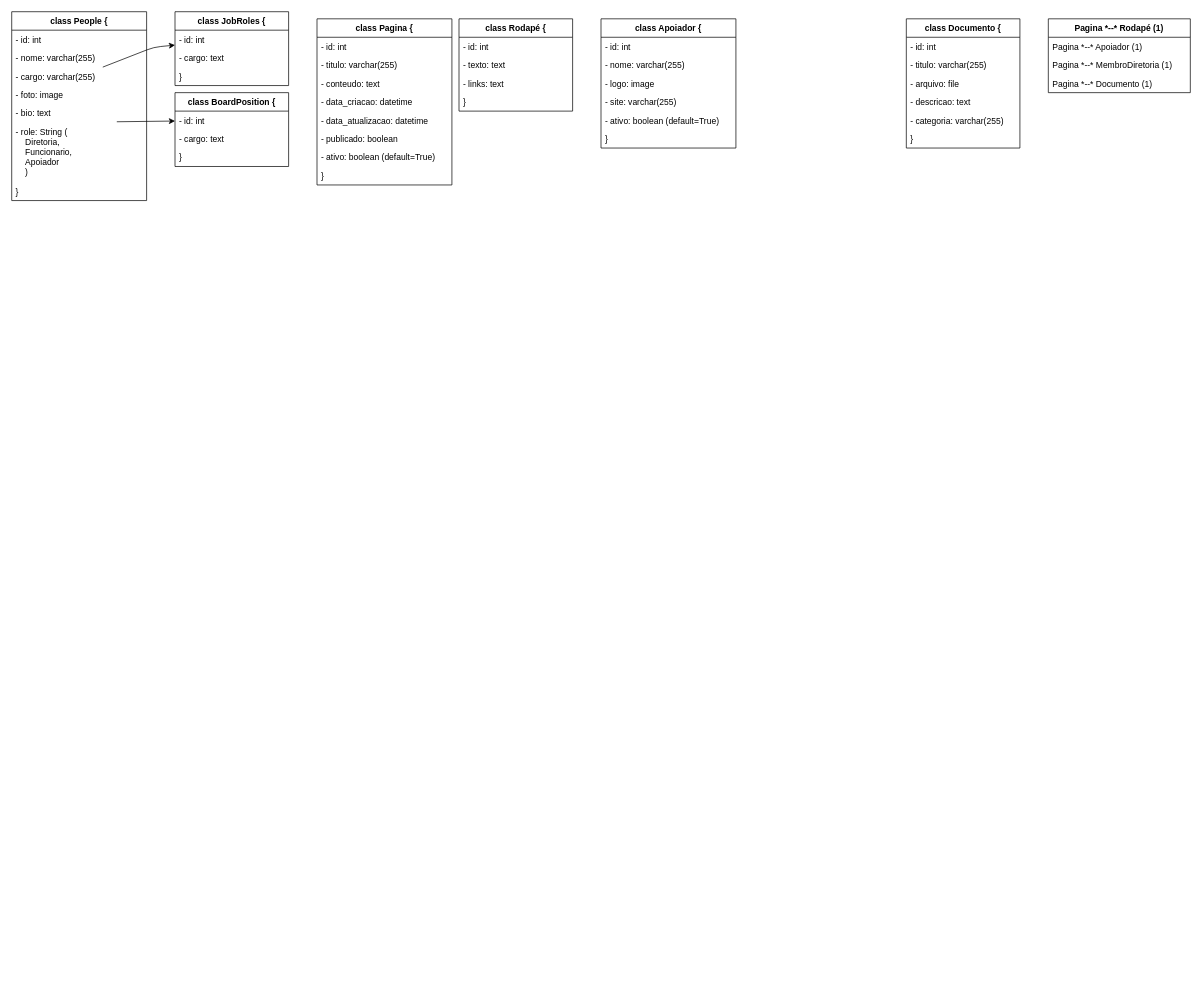
Earlier version of the draw.io diagram class_map.drawio (jonasaacampos/site_caa). Source tidied: cells renumbered, new cells numbered last; positions are measured from the earlier drawing's top-left corner, leaving out a move shared by most shapes. Both pictures are drawn from the tidied source at 71%, with x=0, y=0 at pixel (11, 11).
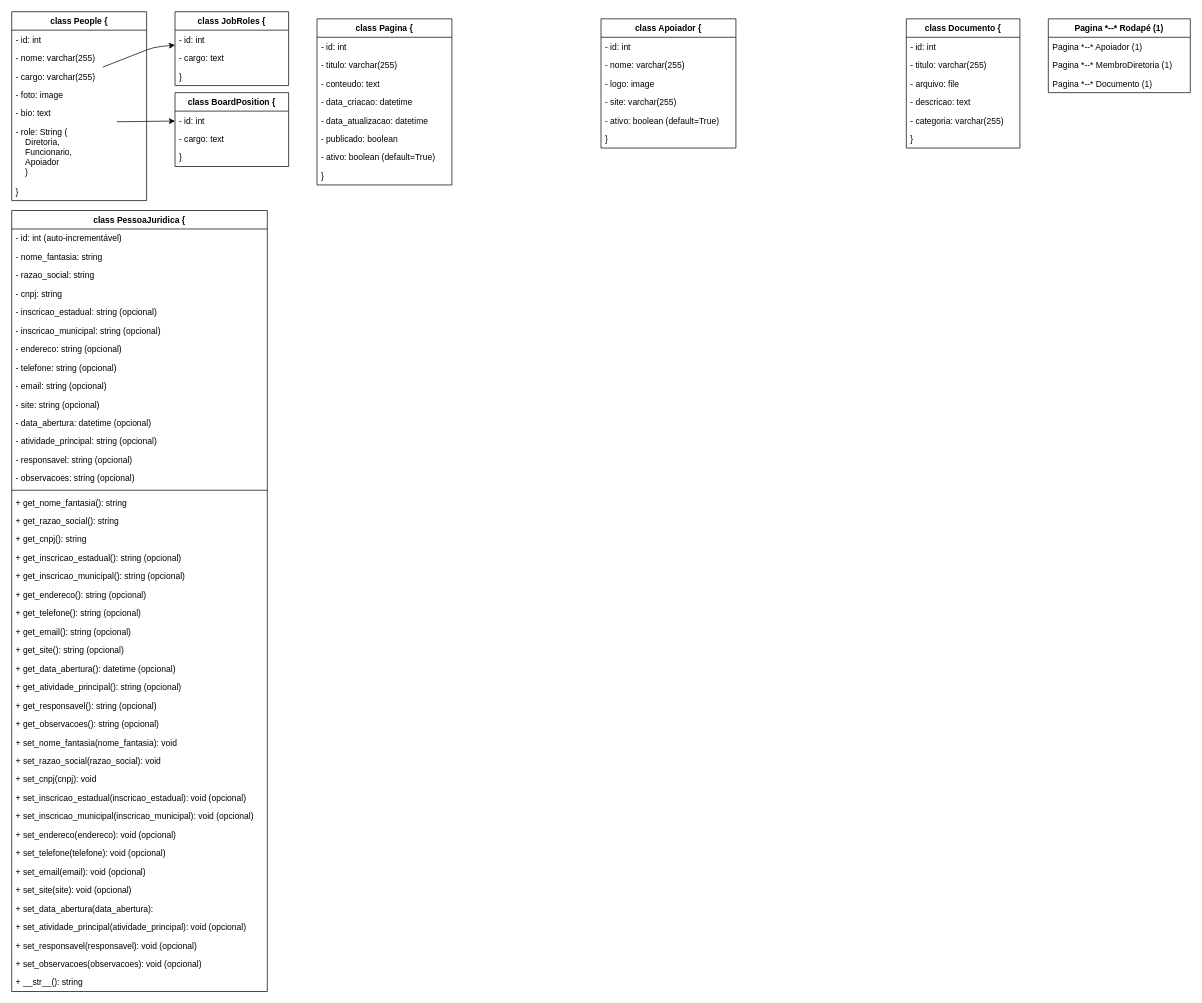
Above is the later version.

The edit, as a diff of the source:
```diff
@@
-    <mxCell id="11" value="class Rodapé {" style="swimlane;fontStyle=1;horizontal=1;startSize=26;" parent="1" vertex="1">
-      <mxGeometry x="630" y="10" width="160" height="130" as="geometry" />
-    </mxCell>
-    <mxCell id="12" value="  - id: int" style="text;strokeColor=none;fillColor=none;align=left;verticalAlign=top;spacingLeft=4;spacingRight=4;overflow=hidden;" parent="11" vertex="1">
-      <mxGeometry y="26" width="160" height="26" as="geometry" />
-    </mxCell>
-    <mxCell id="13" value="  - texto: text" style="text;strokeColor=none;fillColor=none;align=left;verticalAlign=top;spacingLeft=4;spacingRight=4;overflow=hidden;" parent="11" vertex="1">
-      <mxGeometry y="52" width="160" height="26" as="geometry" />
-    </mxCell>
-    <mxCell id="14" value="  - links: text" style="text;strokeColor=none;fillColor=none;align=left;verticalAlign=top;spacingLeft=4;spacingRight=4;overflow=hidden;" parent="11" vertex="1">
-      <mxGeometry y="78" width="160" height="26" as="geometry" />
-    </mxCell>
-    <mxCell id="15" value="}" style="text;strokeColor=none;fillColor=none;align=left;verticalAlign=top;spacingLeft=4;spacingRight=4;overflow=hidden;" parent="11" vertex="1">
-      <mxGeometry y="104" width="160" height="26" as="geometry" />
-    </mxCell>
@@
+    <mxCell id="52" value="class PessoaJuridica {" style="swimlane;fontStyle=1;horizontal=1;startSize=26;" parent="1" vertex="1">
+      <mxGeometry y="280" width="360" height="1100" as="geometry" />
+    </mxCell>
+    <mxCell id="53" value="- id: int (auto-incrementável)" style="text;strokeColor=none;fillColor=none;align=left;verticalAlign=top;spacingLeft=4;spacingRight=4;overflow=hidden;" parent="52" vertex="1">
+      <mxGeometry y="26" width="360" height="26" as="geometry" />
+    </mxCell>
+    <mxCell id="54" value="- nome_fantasia: string" style="text;strokeColor=none;fillColor=none;align=left;verticalAlign=top;spacingLeft=4;spacingRight=4;overflow=hidden;" parent="52" vertex="1">
+      <mxGeometry y="52" width="360" height="26" as="geometry" />
+    </mxCell>
+    <mxCell id="55" value="- razao_social: string" style="text;strokeColor=none;fillColor=none;align=left;verticalAlign=top;spacingLeft=4;spacingRight=4;overflow=hidden;" parent="52" vertex="1">
+      <mxGeometry y="78" width="360" height="26" as="geometry" />
+    </mxCell>
+    <mxCell id="56" value="- cnpj: string" style="text;strokeColor=none;fillColor=none;align=left;verticalAlign=top;spacingLeft=4;spacingRight=4;overflow=hidden;" parent="52" vertex="1">
+      <mxGeometry y="104" width="360" height="26" as="geometry" />
+    </mxCell>
+    <mxCell id="57" value="- inscricao_estadual: string (opcional)" style="text;strokeColor=none;fillColor=none;align=left;verticalAlign=top;spacingLeft=4;spacingRight=4;overflow=hidden;" parent="52" vertex="1">
+      <mxGeometry y="130" width="360" height="26" as="geometry" />
+    </mxCell>
+    <mxCell id="58" value="- inscricao_municipal: string (opcional)" style="text;strokeColor=none;fillColor=none;align=left;verticalAlign=top;spacingLeft=4;spacingRight=4;overflow=hidden;" parent="52" vertex="1">
+      <mxGeometry y="156" width="360" height="26" as="geometry" />
+    </mxCell>
+    <mxCell id="59" value="- endereco: string (opcional)" style="text;strokeColor=none;fillColor=none;align=left;verticalAlign=top;spacingLeft=4;spacingRight=4;overflow=hidden;" parent="52" vertex="1">
+      <mxGeometry y="182" width="360" height="26" as="geometry" />
+    </mxCell>
+    <mxCell id="60" value="- telefone: string (opcional)" style="text;strokeColor=none;fillColor=none;align=left;verticalAlign=top;spacingLeft=4;spacingRight=4;overflow=hidden;" parent="52" vertex="1">
+      <mxGeometry y="208" width="360" height="26" as="geometry" />
+    </mxCell>
+    <mxCell id="61" value="- email: string (opcional)" style="text;strokeColor=none;fillColor=none;align=left;verticalAlign=top;spacingLeft=4;spacingRight=4;overflow=hidden;" parent="52" vertex="1">
+      <mxGeometry y="234" width="360" height="26" as="geometry" />
+    </mxCell>
+    <mxCell id="62" value="- site: string (opcional)" style="text;strokeColor=none;fillColor=none;align=left;verticalAlign=top;spacingLeft=4;spacingRight=4;overflow=hidden;" parent="52" vertex="1">
+      <mxGeometry y="260" width="360" height="26" as="geometry" />
+    </mxCell>
+    <mxCell id="63" value="- data_abertura: datetime (opcional)" style="text;strokeColor=none;fillColor=none;align=left;verticalAlign=top;spacingLeft=4;spacingRight=4;overflow=hidden;" parent="52" vertex="1">
+      <mxGeometry y="286" width="360" height="26" as="geometry" />
+    </mxCell>
+    <mxCell id="64" value="- atividade_principal: string (opcional)" style="text;strokeColor=none;fillColor=none;align=left;verticalAlign=top;spacingLeft=4;spacingRight=4;overflow=hidden;" parent="52" vertex="1">
+      <mxGeometry y="312" width="360" height="26" as="geometry" />
+    </mxCell>
+    <mxCell id="65" value="- responsavel: string (opcional)" style="text;strokeColor=none;fillColor=none;align=left;verticalAlign=top;spacingLeft=4;spacingRight=4;overflow=hidden;" parent="52" vertex="1">
+      <mxGeometry y="338" width="360" height="26" as="geometry" />
+    </mxCell>
+    <mxCell id="66" value="- observacoes: string (opcional)" style="text;strokeColor=none;fillColor=none;align=left;verticalAlign=top;spacingLeft=4;spacingRight=4;overflow=hidden;" parent="52" vertex="1">
+      <mxGeometry y="364" width="360" height="26" as="geometry" />
+    </mxCell>
+    <mxCell id="67" style="line;strokeWidth=1;fillColor=none;align=left;verticalAlign=middle;spacingTop=-1;spacingLeft=3;spacingRight=3;labelPosition=right;" parent="52" vertex="1">
+      <mxGeometry y="390" width="360" height="8" as="geometry" />
+    </mxCell>
+    <mxCell id="68" value="+ get_nome_fantasia(): string" style="text;strokeColor=none;fillColor=none;align=left;verticalAlign=top;spacingLeft=4;spacingRight=4;overflow=hidden;" parent="52" vertex="1">
+      <mxGeometry y="398" width="360" height="26" as="geometry" />
+    </mxCell>
+    <mxCell id="69" value="+ get_razao_social(): string" style="text;strokeColor=none;fillColor=none;align=left;verticalAlign=top;spacingLeft=4;spacingRight=4;overflow=hidden;" parent="52" vertex="1">
+      <mxGeometry y="424" width="360" height="26" as="geometry" />
+    </mxCell>
+    <mxCell id="70" value="+ get_cnpj(): string" style="text;strokeColor=none;fillColor=none;align=left;verticalAlign=top;spacingLeft=4;spacingRight=4;overflow=hidden;" parent="52" vertex="1">
+      <mxGeometry y="450" width="360" height="26" as="geometry" />
+    </mxCell>
+    <mxCell id="71" value="+ get_inscricao_estadual(): string (opcional)" style="text;strokeColor=none;fillColor=none;align=left;verticalAlign=top;spacingLeft=4;spacingRight=4;overflow=hidden;" parent="52" vertex="1">
+      <mxGeometry y="476" width="360" height="26" as="geometry" />
+    </mxCell>
+    <mxCell id="72" value="+ get_inscricao_municipal(): string (opcional)" style="text;strokeColor=none;fillColor=none;align=left;verticalAlign=top;spacingLeft=4;spacingRight=4;overflow=hidden;" parent="52" vertex="1">
+      <mxGeometry y="502" width="360" height="26" as="geometry" />
+    </mxCell>
+    <mxCell id="73" value="+ get_endereco(): string (opcional)" style="text;strokeColor=none;fillColor=none;align=left;verticalAlign=top;spacingLeft=4;spacingRight=4;overflow=hidden;" parent="52" vertex="1">
+      <mxGeometry y="528" width="360" height="26" as="geometry" />
+    </mxCell>
+    <mxCell id="74" value="+ get_telefone(): string (opcional)" style="text;strokeColor=none;fillColor=none;align=left;verticalAlign=top;spacingLeft=4;spacingRight=4;overflow=hidden;" parent="52" vertex="1">
+      <mxGeometry y="554" width="360" height="26" as="geometry" />
+    </mxCell>
+    <mxCell id="75" value="+ get_email(): string (opcional)" style="text;strokeColor=none;fillColor=none;align=left;verticalAlign=top;spacingLeft=4;spacingRight=4;overflow=hidden;" parent="52" vertex="1">
+      <mxGeometry y="580" width="360" height="26" as="geometry" />
+    </mxCell>
+    <mxCell id="76" value="+ get_site(): string (opcional)" style="text;strokeColor=none;fillColor=none;align=left;verticalAlign=top;spacingLeft=4;spacingRight=4;overflow=hidden;" parent="52" vertex="1">
+      <mxGeometry y="606" width="360" height="26" as="geometry" />
+    </mxCell>
+    <mxCell id="77" value="+ get_data_abertura(): datetime (opcional)" style="text;strokeColor=none;fillColor=none;align=left;verticalAlign=top;spacingLeft=4;spacingRight=4;overflow=hidden;" parent="52" vertex="1">
+      <mxGeometry y="632" width="360" height="26" as="geometry" />
+    </mxCell>
+    <mxCell id="78" value="+ get_atividade_principal(): string (opcional)" style="text;strokeColor=none;fillColor=none;align=left;verticalAlign=top;spacingLeft=4;spacingRight=4;overflow=hidden;" parent="52" vertex="1">
+      <mxGeometry y="658" width="360" height="26" as="geometry" />
+    </mxCell>
+    <mxCell id="79" value="+ get_responsavel(): string (opcional)" style="text;strokeColor=none;fillColor=none;align=left;verticalAlign=top;spacingLeft=4;spacingRight=4;overflow=hidden;" parent="52" vertex="1">
+      <mxGeometry y="684" width="360" height="26" as="geometry" />
+    </mxCell>
+    <mxCell id="80" value="+ get_observacoes(): string (opcional)" style="text;strokeColor=none;fillColor=none;align=left;verticalAlign=top;spacingLeft=4;spacingRight=4;overflow=hidden;" parent="52" vertex="1">
+      <mxGeometry y="710" width="360" height="26" as="geometry" />
+    </mxCell>
+    <mxCell id="81" value="+ set_nome_fantasia(nome_fantasia): void" style="text;strokeColor=none;fillColor=none;align=left;verticalAlign=top;spacingLeft=4;spacingRight=4;overflow=hidden;" parent="52" vertex="1">
+      <mxGeometry y="736" width="360" height="26" as="geometry" />
+    </mxCell>
+    <mxCell id="82" value="+ set_razao_social(razao_social): void" style="text;strokeColor=none;fillColor=none;align=left;verticalAlign=top;spacingLeft=4;spacingRight=4;overflow=hidden;" parent="52" vertex="1">
+      <mxGeometry y="762" width="360" height="26" as="geometry" />
+    </mxCell>
+    <mxCell id="83" value="+ set_cnpj(cnpj): void" style="text;strokeColor=none;fillColor=none;align=left;verticalAlign=top;spacingLeft=4;spacingRight=4;overflow=hidden;" parent="52" vertex="1">
+      <mxGeometry y="788" width="360" height="26" as="geometry" />
+    </mxCell>
+    <mxCell id="84" value="+ set_inscricao_estadual(inscricao_estadual): void (opcional)" style="text;strokeColor=none;fillColor=none;align=left;verticalAlign=top;spacingLeft=4;spacingRight=4;overflow=hidden;" parent="52" vertex="1">
+      <mxGeometry y="814" width="360" height="26" as="geometry" />
+    </mxCell>
+    <mxCell id="85" value="+ set_inscricao_municipal(inscricao_municipal): void (opcional)" style="text;strokeColor=none;fillColor=none;align=left;verticalAlign=top;spacingLeft=4;spacingRight=4;overflow=hidden;" parent="52" vertex="1">
+      <mxGeometry y="840" width="360" height="26" as="geometry" />
+    </mxCell>
+    <mxCell id="86" value="+ set_endereco(endereco): void (opcional)" style="text;strokeColor=none;fillColor=none;align=left;verticalAlign=top;spacingLeft=4;spacingRight=4;overflow=hidden;" parent="52" vertex="1">
+      <mxGeometry y="866" width="360" height="26" as="geometry" />
+    </mxCell>
+    <mxCell id="87" value="+ set_telefone(telefone): void (opcional)" style="text;strokeColor=none;fillColor=none;align=left;verticalAlign=top;spacingLeft=4;spacingRight=4;overflow=hidden;" parent="52" vertex="1">
+      <mxGeometry y="892" width="360" height="26" as="geometry" />
+    </mxCell>
+    <mxCell id="88" value="+ set_email(email): void (opcional)" style="text;strokeColor=none;fillColor=none;align=left;verticalAlign=top;spacingLeft=4;spacingRight=4;overflow=hidden;" parent="52" vertex="1">
+      <mxGeometry y="918" width="360" height="26" as="geometry" />
+    </mxCell>
+    <mxCell id="89" value="+ set_site(site): void (opcional)" style="text;strokeColor=none;fillColor=none;align=left;verticalAlign=top;spacingLeft=4;spacingRight=4;overflow=hidden;" parent="52" vertex="1">
+      <mxGeometry y="944" width="360" height="26" as="geometry" />
+    </mxCell>
+    <mxCell id="90" value="+ set_data_abertura(data_abertura):" style="text;strokeColor=none;fillColor=none;align=left;verticalAlign=top;spacingLeft=4;spacingRight=4;overflow=hidden;" parent="52" vertex="1">
+      <mxGeometry y="970" width="360" height="26" as="geometry" />
+    </mxCell>
+    <mxCell id="91" value="+ set_atividade_principal(atividade_principal): void (opcional)" style="text;strokeColor=none;fillColor=none;align=left;verticalAlign=top;spacingLeft=4;spacingRight=4;overflow=hidden;" parent="52" vertex="1">
+      <mxGeometry y="996" width="360" height="26" as="geometry" />
+    </mxCell>
+    <mxCell id="92" value="+ set_responsavel(responsavel): void (opcional)" style="text;strokeColor=none;fillColor=none;align=left;verticalAlign=top;spacingLeft=4;spacingRight=4;overflow=hidden;" parent="52" vertex="1">
+      <mxGeometry y="1022" width="360" height="26" as="geometry" />
+    </mxCell>
+    <mxCell id="93" value="+ set_observacoes(observacoes): void (opcional)" style="text;strokeColor=none;fillColor=none;align=left;verticalAlign=top;spacingLeft=4;spacingRight=4;overflow=hidden;" parent="52" vertex="1">
+      <mxGeometry y="1048" width="360" height="26" as="geometry" />
+    </mxCell>
+    <mxCell id="94" value="+ __str__(): string" style="text;strokeColor=none;fillColor=none;align=left;verticalAlign=top;spacingLeft=4;spacingRight=4;overflow=hidden;" parent="52" vertex="1">
+      <mxGeometry y="1074" width="360" height="26" as="geometry" />
+    </mxCell>
```
